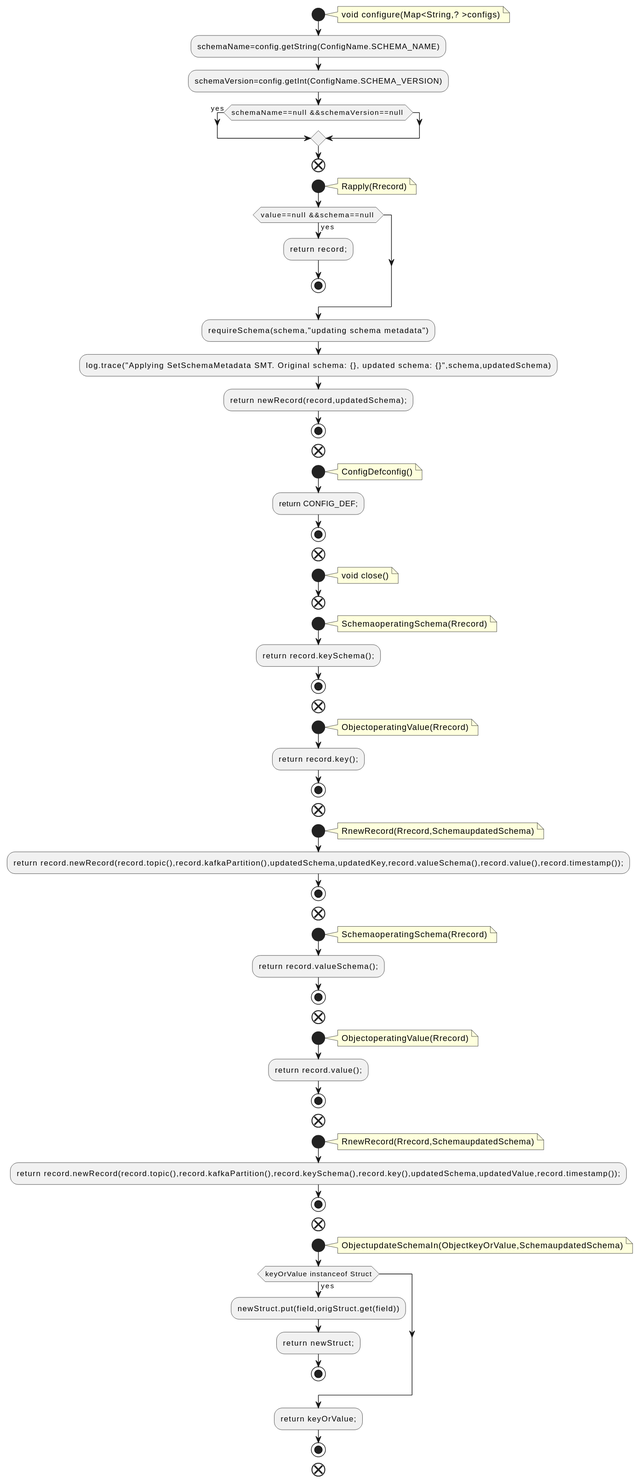
Earlier version of the PlantUML export docs/qc/connect/transforms/src/main/java/org/apache/kafka/connect/transforms/SetSchemaMetadata.java.fct.svg (qualitesys/kafka). Source of this version:
```plantuml
@startuml
!pragma layout smetana
start
note right
void configure(Map<String,? >configs)
end note
:schemaName=config.getString(ConfigName.SCHEMA_NAME);
:schemaVersion=config.getInt(ConfigName.SCHEMA_VERSION);
if (schemaName==null &&schemaVersion==null ) then (yes)
endif
end
start
note right
Rapply(Rrecord)
end note
if (value==null &&schema==null ) then (yes)
:return record;;
stop
endif
:requireSchema(schema,"updating schema metadata");
:log.trace("Applying SetSchemaMetadata SMT. Original schema: {}, updated schema: {}",schema,updatedSchema);
:return newRecord(record,updatedSchema);;
stop
end
start
note right
ConfigDefconfig()
end note
:return CONFIG_DEF;;
stop
end
start
note right
void close()
end note
end
start
note right
SchemaoperatingSchema(Rrecord)
end note
:return record.keySchema();;
stop
end
start
note right
ObjectoperatingValue(Rrecord)
end note
:return record.key();;
stop
end
start
note right
RnewRecord(Rrecord,SchemaupdatedSchema)
end note
:return record.newRecord(record.topic(),record.kafkaPartition(),updatedSchema,updatedKey,record.valueSchema(),record.value(),record.timestamp());;
stop
end
start
note right
SchemaoperatingSchema(Rrecord)
end note
:return record.valueSchema();;
stop
end
start
note right
ObjectoperatingValue(Rrecord)
end note
:return record.value();;
stop
end
start
note right
RnewRecord(Rrecord,SchemaupdatedSchema)
end note
:return record.newRecord(record.topic(),record.kafkaPartition(),record.keySchema(),record.key(),updatedSchema,updatedValue,record.timestamp());;
stop
end
start
note right
ObjectupdateSchemaIn(ObjectkeyOrValue,SchemaupdatedSchema)
end note
if (keyOrValue instanceof Struct) then (yes)
:newStruct.put(field,origStruct.get(field));
:return newStruct;;
stop
endif
:return keyOrValue;;
stop
end
@enduml
```
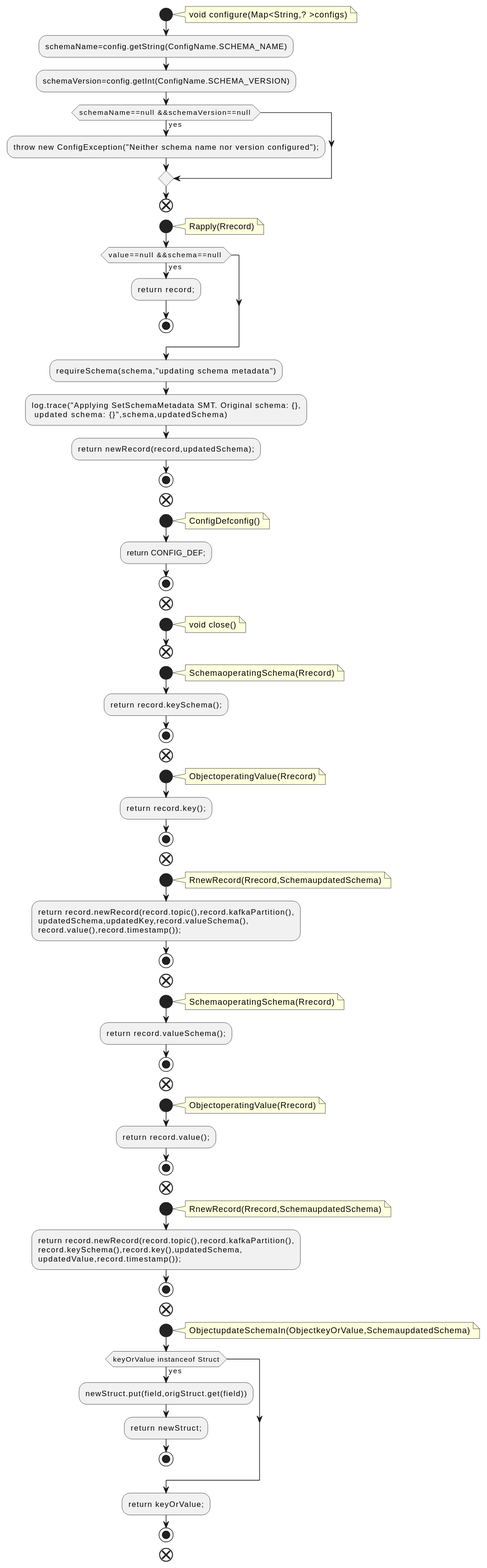
The same file after the commit.

Diff of the diagram source:
```diff
@@ -7,6 +7,7 @@
 :schemaName=config.getString(ConfigName.SCHEMA_NAME);
 :schemaVersion=config.getInt(ConfigName.SCHEMA_VERSION);
 if (schemaName==null &&schemaVersion==null ) then (yes)
+:throw new ConfigException("Neither schema name nor version configured");;
 endif
 end
 start
@@ -18,7 +19,8 @@
 stop
 endif
 :requireSchema(schema,"updating schema metadata");
-:log.trace("Applying SetSchemaMetadata SMT. Original schema: {}, updated schema: {}",schema,updatedSchema);
+:log.trace("Applying SetSchemaMetadata SMT. Original schema: {},
+ updated schema: {}",schema,updatedSchema);
 :return newRecord(record,updatedSchema);;
 stop
 end
@@ -52,7 +54,9 @@
 note right
 RnewRecord(Rrecord,SchemaupdatedSchema)
 end note
-:return record.newRecord(record.topic(),record.kafkaPartition(),updatedSchema,updatedKey,record.valueSchema(),record.value(),record.timestamp());;
+:return record.newRecord(record.topic(),record.kafkaPartition(),
+updatedSchema,updatedKey,record.valueSchema(),
+record.value(),record.timestamp());;
 stop
 end
 start
@@ -73,7 +77,9 @@
 note right
 RnewRecord(Rrecord,SchemaupdatedSchema)
 end note
-:return record.newRecord(record.topic(),record.kafkaPartition(),record.keySchema(),record.key(),updatedSchema,updatedValue,record.timestamp());;
+:return record.newRecord(record.topic(),record.kafkaPartition(),
+record.keySchema(),record.key(),updatedSchema,
+updatedValue,record.timestamp());;
 stop
 end
 start
```
